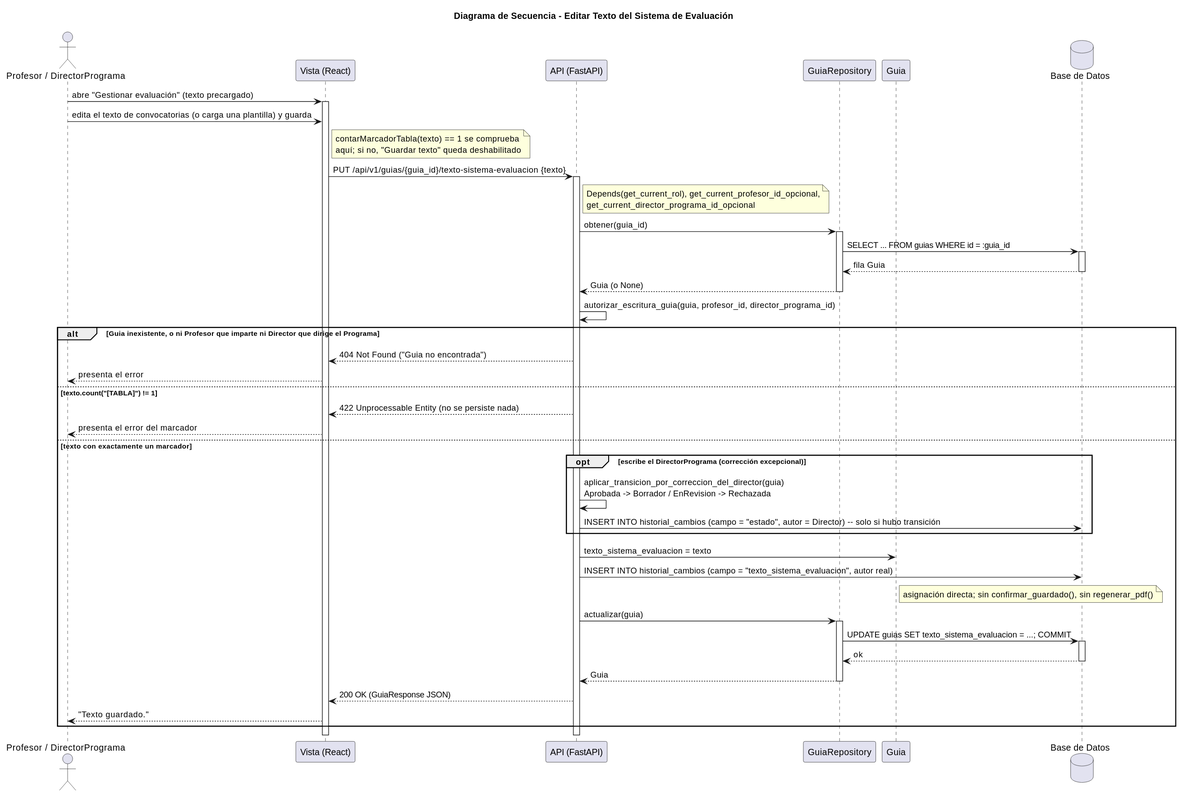
Before: images/RUP/03-diseño/casos-uso/editarTextoSistemaEvaluacion/secuencia.svg, a diagram exported from PlantUML (mmasias/pyCeldaPublico).
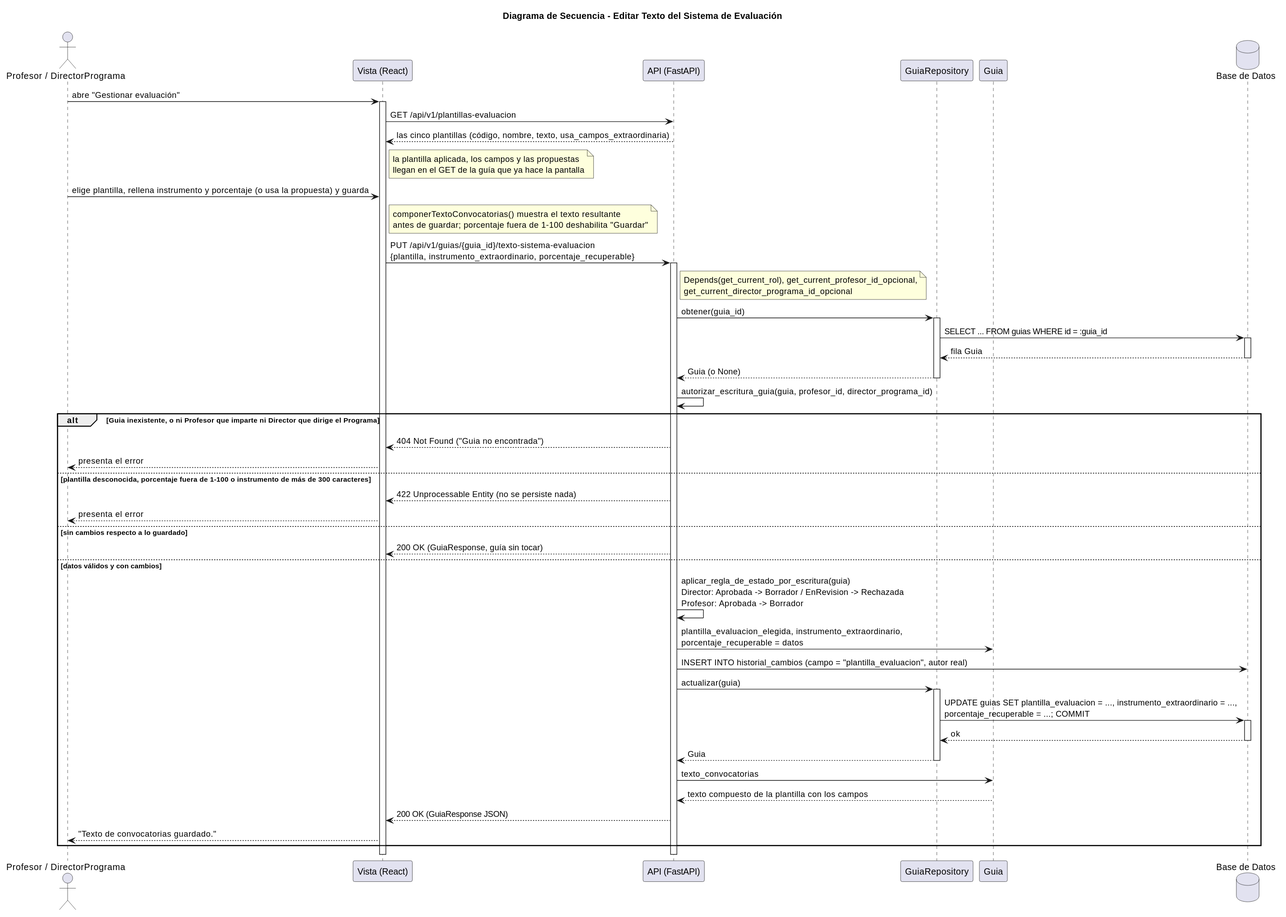
Above is the later version.

What changed in the source:
```diff
@@ -8,11 +8,14 @@
 participant "Guia" as Guia
 database "Base de Datos" as DB
 
-Profesor -> Vista: abre "Gestionar evaluación" (texto precargado)
+Profesor -> Vista: abre "Gestionar evaluación"
 activate Vista
-Profesor -> Vista: edita el texto de convocatorias (o carga una plantilla) y guarda
-note right of Vista: contarMarcadorTabla(texto) == 1 se comprueba\naquí; si no, "Guardar texto" queda deshabilitado
-Vista -> API: PUT /api/v1/guias/{guia_id}/texto-sistema-evaluacion {texto}
+Vista -> API: GET /api/v1/plantillas-evaluacion
+API --> Vista: las cinco plantillas (código, nombre, texto, usa_campos_extraordinaria)
+note right of Vista: la plantilla aplicada, los campos y las propuestas\nllegan en el GET de la guía que ya hace la pantalla
+Profesor -> Vista: elige plantilla, rellena instrumento y porcentaje (o usa la propuesta) y guarda
+note right of Vista: componerTextoConvocatorias() muestra el texto resultante\nantes de guardar; porcentaje fuera de 1-100 deshabilita "Guardar"
+Vista -> API: PUT /api/v1/guias/{guia_id}/texto-sistema-evaluacion\n{plantilla, instrumento_extraordinario, porcentaje_recuperable}
 activate API
 note right of API: Depends(get_current_rol), get_current_profesor_id_opcional,\nget_current_director_programa_id_opcional
 API -> GuiaRepo: obtener(guia_id)
@@ -28,27 +31,27 @@
 alt Guia inexistente, o ni Profesor que imparte ni Director que dirige el Programa
     API --> Vista: 404 Not Found ("Guia no encontrada")
     Vista --> Profesor: presenta el error
-else texto.count("[TABLA]") != 1
+else plantilla desconocida, porcentaje fuera de 1-100 o instrumento de más de 300 caracteres
     API --> Vista: 422 Unprocessable Entity (no se persiste nada)
-    Vista --> Profesor: presenta el error del marcador
-else texto con exactamente un marcador
-    opt escribe el DirectorPrograma (corrección excepcional)
-        API -> API: aplicar_transicion_por_correccion_del_director(guia)\nAprobada -> Borrador / EnRevision -> Rechazada
-        API -> DB: INSERT INTO historial_cambios (campo = "estado", autor = Director) -- solo si hubo transición
-    end
-    API -> Guia: texto_sistema_evaluacion = texto
-    API -> DB: INSERT INTO historial_cambios (campo = "texto_sistema_evaluacion", autor real)
-    note right of Guia: asignación directa; sin confirmar_guardado(), sin regenerar_pdf()
+    Vista --> Profesor: presenta el error
+else sin cambios respecto a lo guardado
+    API --> Vista: 200 OK (GuiaResponse, guía sin tocar)
+else datos válidos y con cambios
+    API -> API: aplicar_regla_de_estado_por_escritura(guia)\nDirector: Aprobada -> Borrador / EnRevision -> Rechazada\nProfesor: Aprobada -> Borrador
+    API -> Guia: plantilla_evaluacion_elegida, instrumento_extraordinario,\nporcentaje_recuperable = datos
+    API -> DB: INSERT INTO historial_cambios (campo = "plantilla_evaluacion", autor real)
     API -> GuiaRepo: actualizar(guia)
     activate GuiaRepo
-    GuiaRepo -> DB: UPDATE guias SET texto_sistema_evaluacion = ...; COMMIT
+    GuiaRepo -> DB: UPDATE guias SET plantilla_evaluacion = ..., instrumento_extraordinario = ...,\nporcentaje_recuperable = ...; COMMIT
     activate DB
     DB --> GuiaRepo: ok
     deactivate DB
     GuiaRepo --> API: Guia
     deactivate GuiaRepo
+    API -> Guia: texto_convocatorias
+    Guia --> API: texto compuesto de la plantilla con los campos
     API --> Vista: 200 OK (GuiaResponse JSON)
-    Vista --> Profesor: "Texto guardado."
+    Vista --> Profesor: "Texto de convocatorias guardado."
 end
 deactivate API
 deactivate Vista
```
